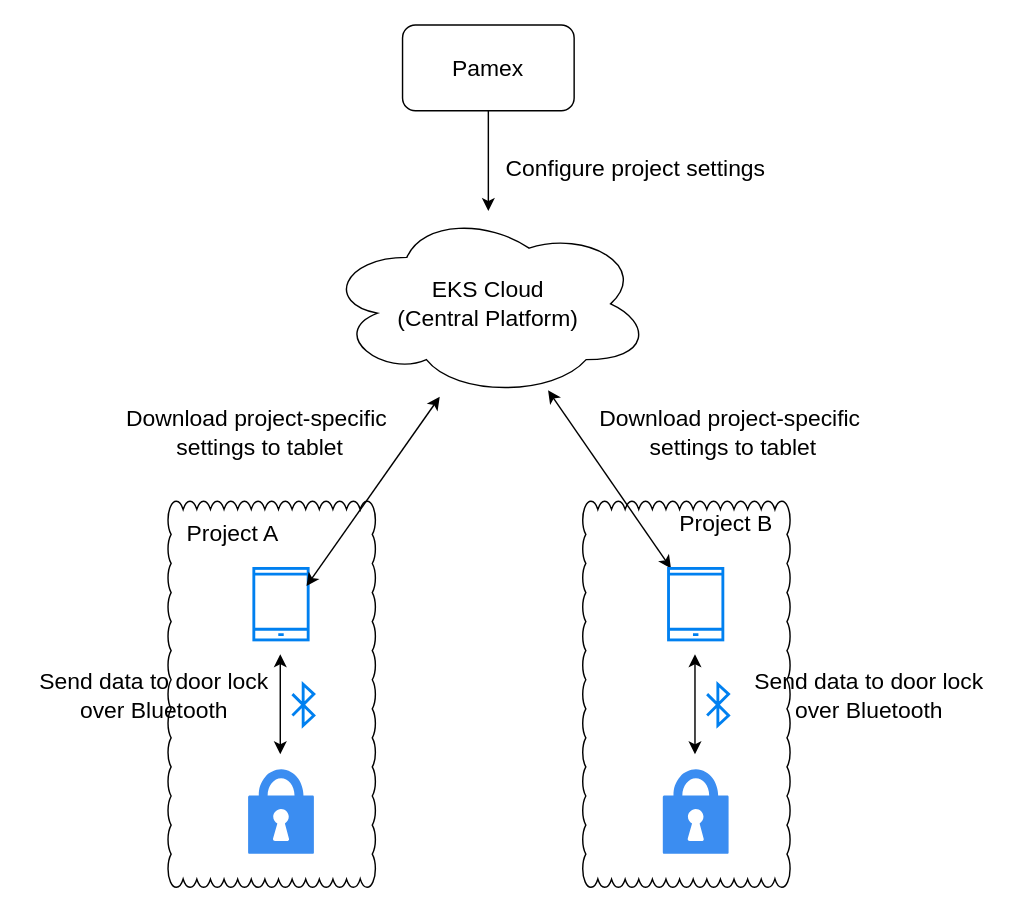
kevin3747118/ALZK keeps this draw.io diagram as EKSNoWifi.drawio. Above is the earlier version. Source tidied: cells renumbered, new cells numbered last; positions are measured from the earlier drawing's top-left corner, leaving out a move shared by most shapes. Both pictures are drawn from the tidied source at 143%, with x=0, y=0 at pixel (24, 24).
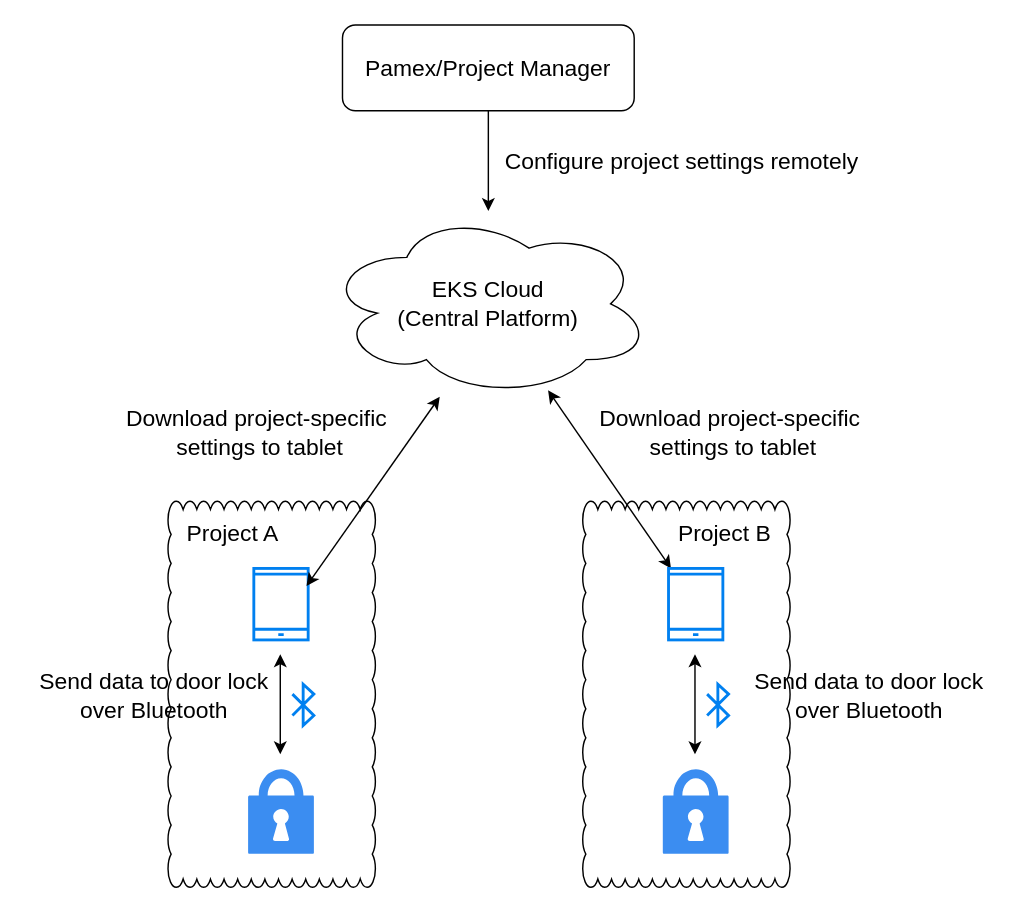
The same page after the edit.

The edit, as a diff of the source:
```diff
@@
-    <mxCell id="4" value="&lt;font style=&quot;font-size: 16px;&quot;&gt;Pamex&lt;/font&gt;" style="rounded=1;whiteSpace=wrap;html=1;" parent="1" vertex="1">
-      <mxGeometry x="264" width="120" height="60" as="geometry" />
+    <mxCell id="4" value="&lt;font style=&quot;font-size: 16px;&quot;&gt;Pamex/&lt;/font&gt;&lt;span style=&quot;font-size: 16px; background-color: transparent; color: light-dark(rgb(0, 0, 0), rgb(255, 255, 255));&quot;&gt;Project Manager&lt;/span&gt;" style="rounded=1;whiteSpace=wrap;html=1;" parent="1" vertex="1">
+      <mxGeometry x="222" width="204" height="60" as="geometry" />
     </mxCell>
@@
-    <mxCell id="6" value="&lt;font style=&quot;font-size: 16px;&quot;&gt;Configure project settings&amp;nbsp;&lt;/font&gt;" style="text;html=1;align=center;verticalAlign=middle;strokeColor=none;fillColor=none;" parent="1" vertex="1">
-      <mxGeometry x="324" y="85" width="210" height="30" as="geometry" />
+    <mxCell id="6" value="&lt;font style=&quot;font-size: 16px;&quot;&gt;Configure project settings remotely&lt;/font&gt;" style="text;html=1;align=center;verticalAlign=middle;strokeColor=none;fillColor=none;" parent="1" vertex="1">
+      <mxGeometry x="324" y="80" width="270" height="30" as="geometry" />
     </mxCell>
@@
     <mxCell id="21" value="&lt;font style=&quot;font-size: 16px;&quot;&gt;Project B&lt;/font&gt;" style="text;html=1;align=center;verticalAlign=middle;strokeColor=none;fillColor=none;" parent="1" vertex="1">
-      <mxGeometry x="445" y="333" width="90" height="30" as="geometry" />
+      <mxGeometry x="444" y="340" width="90" height="30" as="geometry" />
     </mxCell>
```
